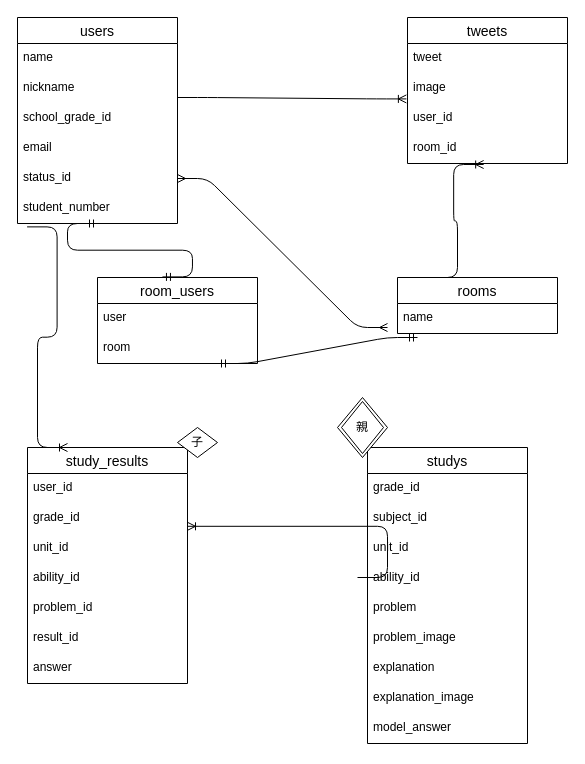
The draw.io diagram ER図.dio in Kiyomi1931/study-chat, before the edit. Source tidied: cells renumbered, new cells numbered last; positions are measured from the earlier drawing's top-left corner, leaving out a move shared by most shapes. Both pictures are drawn from the tidied source at 100%, with x=0, y=0 at pixel (17, 17).
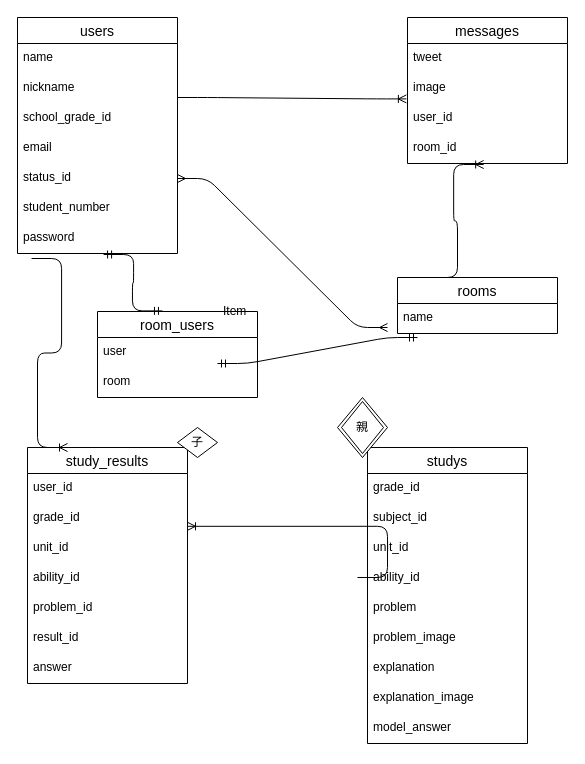
The same diagram, later.

Commit message (it also covers changes not shown here):
データベース設計図

The change refers to these unchanged cells:
```xml
<mxCell id="8" value="student_number" style="text;strokeColor=none;fillColor=none;spacingLeft=4;spacingRight=4;overflow=hidden;points=[[0,0.5],[1,0.5]];portConstraint=eastwest;fontSize=12;" parent="2" vertex="1">
  <mxGeometry y="176" width="160" height="30" as="geometry" />
</mxCell>
<mxCell id="27" value="study_results" style="swimlane;fontStyle=0;horizontal=1;startSize=26;align=center;fontSize=14;" parent="1" vertex="1">
  <mxGeometry x="10" y="430" width="160" height="236" as="geometry" />
</mxCell>
```

The edit, as a diff of the source:
```diff
@@
     <mxCell id="2" value="users" style="swimlane;fontStyle=0;horizontal=1;startSize=26;align=center;fontSize=14;" parent="1" vertex="1">
-      <mxGeometry width="160" height="206" as="geometry" />
+      <mxGeometry width="160" height="236" as="geometry" />
     </mxCell>
@@
+    <mxCell id="46" value="password&#10;" style="text;strokeColor=none;fillColor=none;spacingLeft=4;spacingRight=4;overflow=hidden;points=[[0,0.5],[1,0.5]];portConstraint=eastwest;fontSize=12;" parent="2" vertex="1">
+      <mxGeometry y="206" width="160" height="30" as="geometry" />
+    </mxCell>
-    <mxCell id="9" value="tweets" style="swimlane;fontStyle=0;horizontal=1;startSize=26;align=center;fontSize=14;" parent="1" vertex="1">
+    <mxCell id="9" value="messages" style="swimlane;fontStyle=0;horizontal=1;startSize=26;align=center;fontSize=14;" parent="1" vertex="1">
       <mxGeometry x="390" width="160" height="146" as="geometry" />
     </mxCell>
@@
-    <mxCell id="28" style="edgeStyle=entityRelationEdgeStyle;fontSize=12;html=1;endArrow=ERoneToMany;exitX=0.06;exitY=1.113;exitDx=0;exitDy=0;exitPerimeter=0;" parent="27" edge="1" source="8">
+    <mxCell id="28" style="edgeStyle=entityRelationEdgeStyle;fontSize=12;html=1;endArrow=ERoneToMany;exitX=0.088;exitY=1.167;exitDx=0;exitDy=0;exitPerimeter=0;" parent="27" edge="1" source="46">
       <mxGeometry relative="1" as="geometry">
         <mxPoint x="40" as="targetPoint" />
       </mxGeometry>
     </mxCell>
@@
     <mxCell id="38" value="room_users" style="swimlane;fontStyle=0;horizontal=1;startSize=26;align=center;fontSize=14;" parent="1" vertex="1">
-      <mxGeometry x="80" y="260" width="160" height="86" as="geometry" />
+      <mxGeometry x="80" y="294" width="160" height="86" as="geometry" />
     </mxCell>
@@
-    <mxCell id="41" style="edgeStyle=entityRelationEdgeStyle;fontSize=12;html=1;endArrow=ERmandOne;startArrow=ERmandOne;exitX=0.406;exitY=-0.007;exitDx=0;exitDy=0;exitPerimeter=0;" parent="1" edge="1" source="38">
-      <mxGeometry relative="1" as="geometry">
-        <mxPoint x="80" y="206" as="targetPoint" />
-      </mxGeometry>
+    <mxCell id="41" style="edgeStyle=entityRelationEdgeStyle;fontSize=12;html=1;endArrow=ERmandOne;startArrow=ERmandOne;exitX=0.406;exitY=-0.007;exitDx=0;exitDy=0;exitPerimeter=0;entryX=0.538;entryY=1.033;entryDx=0;entryDy=0;entryPerimeter=0;" parent="1" edge="1" source="38" target="46">
+      <mxGeometry relative="1" as="geometry" />
     </mxCell>
@@
+    <mxCell id="47" value="Item" style="text;strokeColor=none;fillColor=none;spacingLeft=4;spacingRight=4;overflow=hidden;fontSize=12;" parent="1" vertex="1">
+      <mxGeometry x="200" y="280" width="40" height="30" as="geometry" />
+    </mxCell>
```
